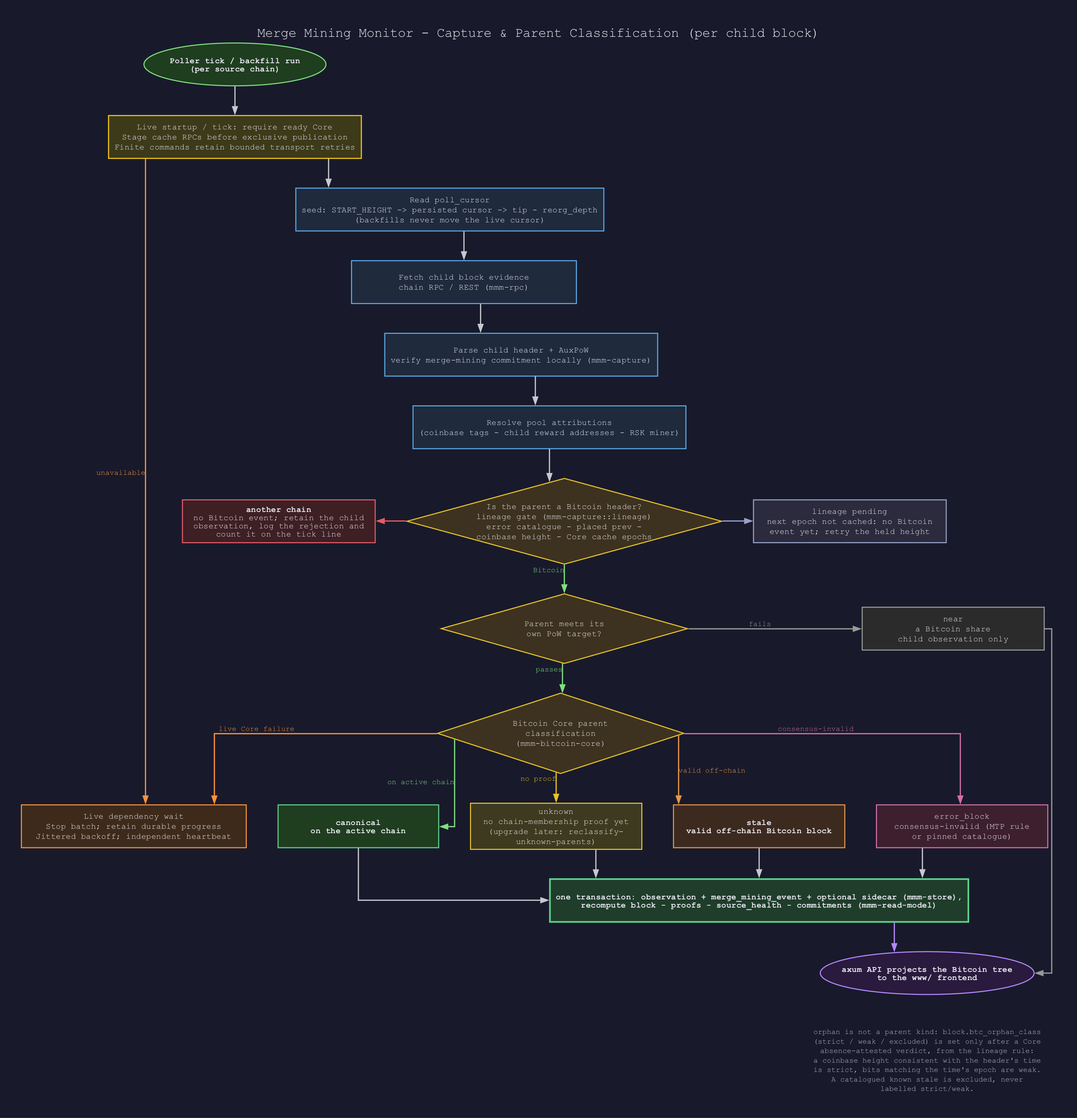
The Graphviz diagram docs/img/capture-classification-flow.png in deadmanoz/merge-mining-monitor, before a commit. Its source is kept beside it as docs/img/capture-classification-flow.dot.
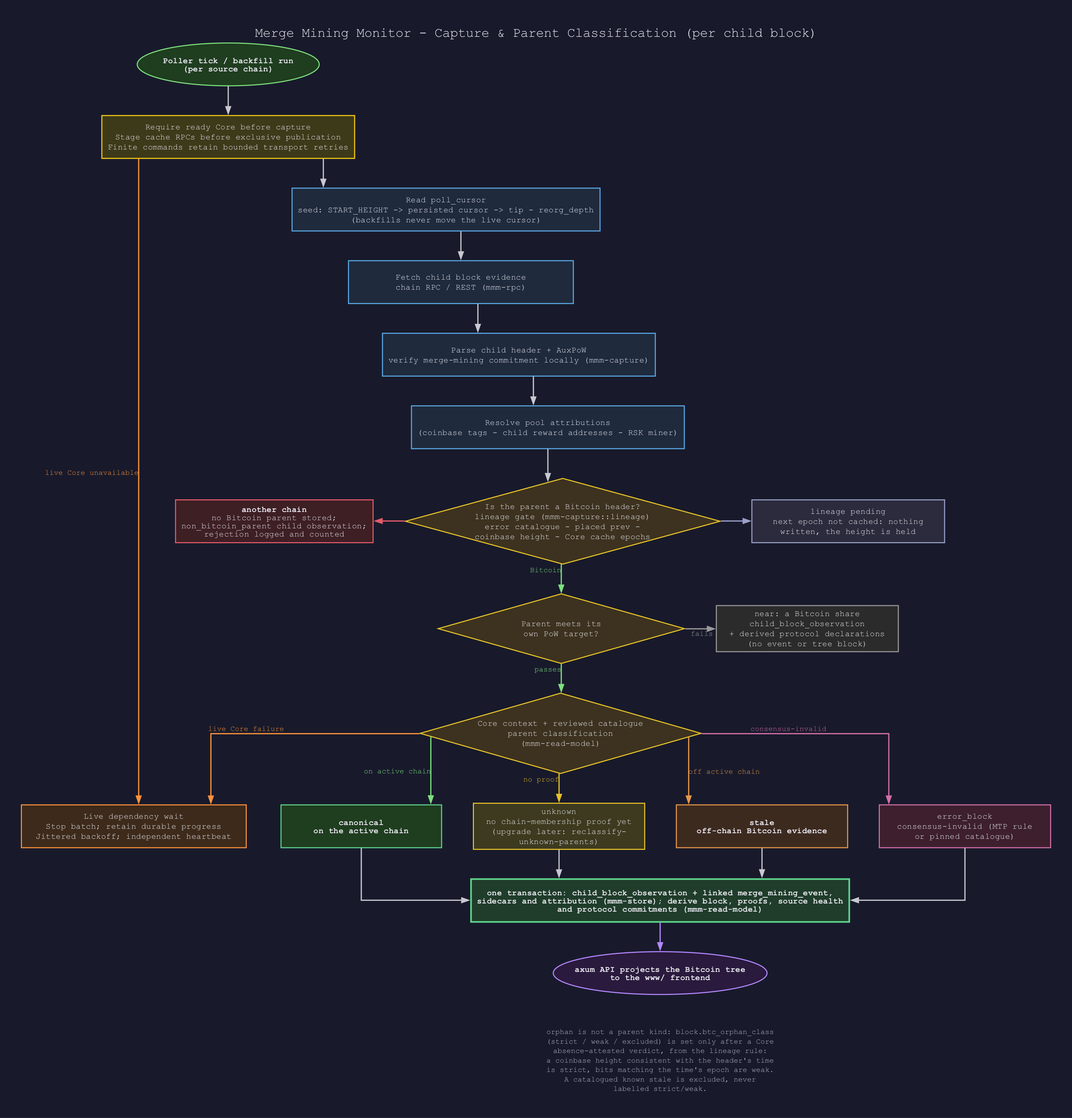
Later version of the same file.

Change to the diagram source:
```diff
@@ -9,7 +9,7 @@
 
   start   [shape=ellipse, width=3.4, fillcolor="#1f3d1f", color="#7ee07e",
            label=<<b>Poller tick / backfill run</b><br/><b>(per source chain)</b>>];
-  readiness [fillcolor="#3d3a1a", color="#facc15", label="Live startup / tick: require ready Core\nStage cache RPCs before exclusive publication\nFinite commands retain bounded transport retries"];
+  readiness [fillcolor="#3d3a1a", color="#facc15", label="Require ready Core before capture\nStage cache RPCs before exclusive publication\nFinite commands retain bounded transport retries"];
   waiting [fillcolor="#3d2a1a", color="#fb923c", label="Live dependency wait\nStop batch; retain durable progress\nJittered backoff; independent heartbeat"];
   cursor  [fillcolor="#1f2a3d", color="#5aa9e6",
            label="Read poll_cursor\nseed: START_HEIGHT -> persisted cursor -> tip - reorg_depth\n(backfills never move the live cursor)"];
@@ -23,28 +23,28 @@
   lineage [shape=diamond, width=5.2, height=1.6, fillcolor="#3d321f", color="#e6c229",
            label="Is the parent a Bitcoin header?\nlineage gate (mmm-capture::lineage)\nerror catalogue - placed prev -\ncoinbase height - Core cache epochs"];
   foreign [fillcolor="#3d1f24", color="#e65a6a", width=3.6,
-           label=<<b>another chain</b><br/>no Bitcoin event; retain the child<br/>observation, log the rejection and<br/>count it on the tick line>];
+           label=<<b>another chain</b><br/>no Bitcoin parent stored;<br/>non_bitcoin_parent child observation;<br/>rejection logged and counted>];
   pending [fillcolor="#2b2b3d", color="#9aa0c8", width=3.6,
-           label="lineage pending\nnext epoch not cached: no Bitcoin\nevent yet; retry the held height"];
+           label="lineage pending\nnext epoch not cached: nothing\nwritten, the height is held"];
 
   target  [shape=diamond, width=4.6, height=1.3, fillcolor="#3d321f", color="#e6c229",
            label="Parent meets its\nown PoW target?"];
   near    [fillcolor="#2b2b2b", color="#999999", width=3.4,
-           label="near\na Bitcoin share\nchild observation only"];
+           label="near: a Bitcoin share\nchild_block_observation\n+ derived protocol declarations\n(no event or tree block)"];
 
   core    [shape=diamond, width=4.6, height=1.5, fillcolor="#3d321f", color="#e6c229",
-           label="Bitcoin Core parent\nclassification\n(mmm-bitcoin-core)"];
+           label="Core context + reviewed catalogue\nparent classification\n(mmm-read-model)"];
   canonical [fillcolor="#1f3d1f", color="#5fd38d", width=3.0,
              label=<<b>canonical</b><br/><b>on the active chain</b>>];
   unknown [fillcolor="#3d3a1f", color="#e6c229", width=3.2,
            label="unknown\nno chain-membership proof yet\n(upgrade later: reclassify-\nunknown-parents)"];
   stale   [fillcolor="#3d2a1f", color="#e6964a", width=3.2,
-           label=<<b>stale</b><br/><b>valid off-chain Bitcoin block</b>>];
+           label=<<b>stale</b><br/><b>off-chain Bitcoin evidence</b>>];
   error   [fillcolor="#3d1f2e", color="#d36fa8", width=3.2,
            label="error_block\nconsensus-invalid (MTP rule\nor pinned catalogue)"];
 
   write   [fillcolor="#1f3d2a", color="#5fd38d", width=5.6, penwidth=2.2,
-           label=<<b>one transaction: observation + merge_mining_event + optional sidecar (mmm-store),</b><br/><b>recompute block - proofs - source_health - commitments (mmm-read-model)</b>>];
+           label=<<b>one transaction: child_block_observation + linked merge_mining_event,</b><br/><b>sidecars and attribution (mmm-store); derive block, proofs, source health</b><br/><b>and protocol commitments (mmm-read-model)</b>>];
   api     [shape=ellipse, width=3.8, fillcolor="#2a1a3d", color="#b388ff",
            label=<<b>axum API projects the Bitcoin tree</b><br/><b>to the www/ frontend</b>>];
 
@@ -52,7 +52,7 @@
            label="orphan is not a parent kind: block.btc_orphan_class\n(strict / weak / excluded) is set only after a Core\nabsence-attested verdict, from the lineage rule:\na coinbase height consistent with the header's time\nis strict, bits matching the time's epoch are weak.\nA catalogued known stale is excluded, never\nlabelled strict/weak."];
 
   start -> readiness -> cursor -> fetch -> parse -> pools -> lineage;
-  readiness -> waiting [xlabel="unavailable", color="#fb923c", fontcolor="#fb923c"];
+  readiness -> waiting [xlabel="live Core unavailable", color="#fb923c", fontcolor="#fb923c"];
   core -> waiting [xlabel="live Core failure", color="#fb923c", fontcolor="#fb923c"];
   foreign -> lineage [color="#e65a6a", dir=back];
   lineage -> pending [color="#9aa0c8"];
@@ -61,9 +61,9 @@
   target -> core     [xlabel="passes", fontcolor="#7ee07e", color="#7ee07e"];
   core -> canonical  [xlabel="on active chain", fontcolor="#7ee07e", color="#7ee07e"];
   core -> unknown    [xlabel="no proof", fontcolor="#e6c229", color="#e6c229"];
-  core -> stale      [xlabel="valid off-chain", fontcolor="#e6964a", color="#e6964a"];
+  core -> stale      [xlabel="off active chain", fontcolor="#e6964a", color="#e6964a"];
   core -> error      [xlabel="consensus-invalid", fontcolor="#d36fa8", color="#d36fa8"];
-  near -> api [color="#999999"];
+
   canonical -> write;
   unknown -> write;
   stale -> write;
```
